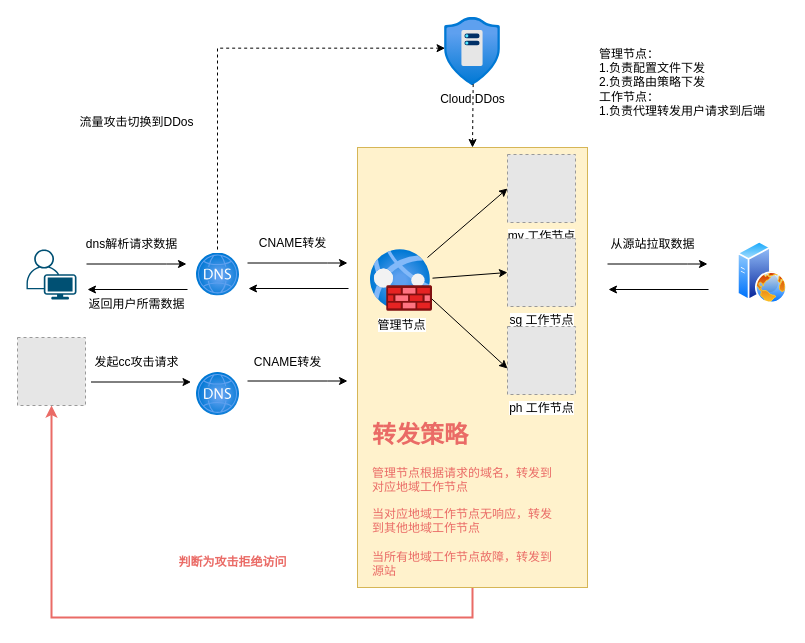
Above: 未命名绘图.drawio in renle177/draw (draw.io), before the change. Source tidied: cells renumbered, new cells numbered last; positions are measured from the earlier drawing's top-left corner, leaving out a move shared by most shapes. Both pictures are drawn from the tidied source at 100%, with x=0, y=0 at pixel (17, 17). Pictures stored in the file or linked from it are replaced by grey dashed boxes.
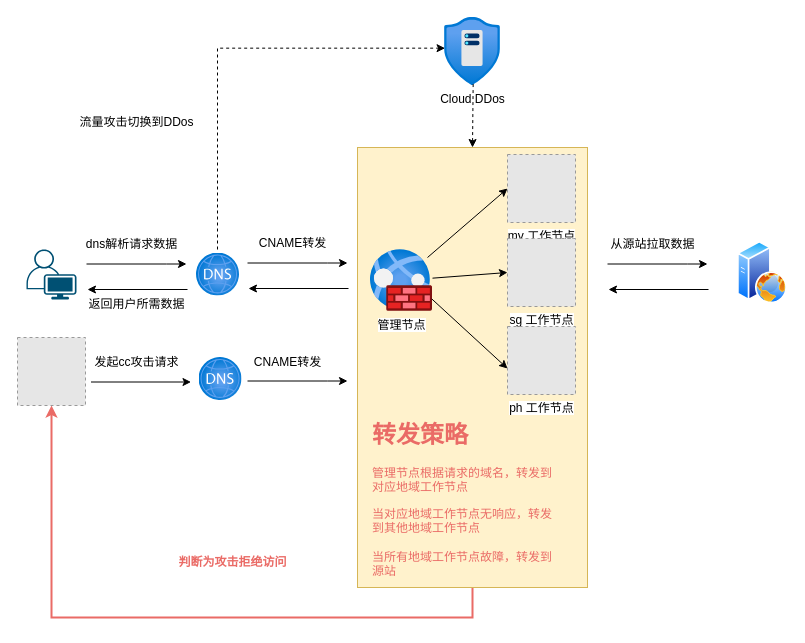
The same diagram, later.

Diff of the diagram source:
```diff
@@
     <mxCell id="31" style="html=1;align=center;image;fontSize=12;image=img/lib/azure2/networking/DNS_Zones.svg;" parent="1" vertex="1">
-      <mxGeometry x="179" y="355" width="43" height="43" as="geometry" />
+      <mxGeometry x="181.5" y="340" width="43" height="43" as="geometry" />
     </mxCell>
@@
-    <mxCell id="35" value="管理节点：&lt;br&gt;1.负责配置文件下发&lt;br&gt;2.负责路由策略下发&lt;br&gt;工作节点：&lt;br&gt;1.负责代理转发用户请求到后端" style="text;html=1;align=left;verticalAlign=middle;strokeColor=none;fillColor=none;" parent="1" vertex="1">
-      <mxGeometry x="580" y="20" width="190" height="90" as="geometry" />
-    </mxCell>
```
